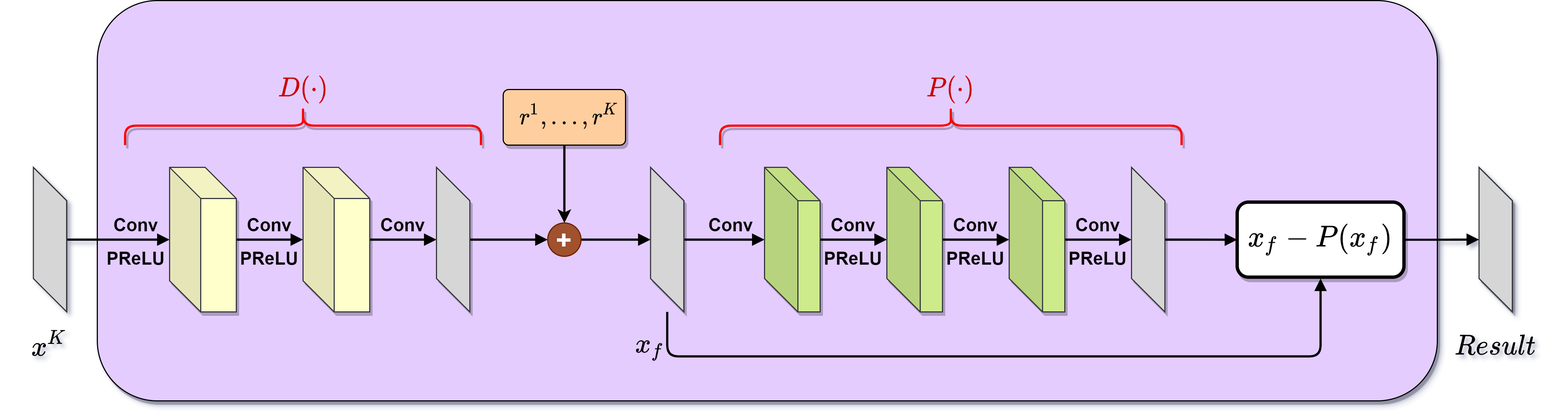
Above: images/RIM.png in junp-hao/PoP-CSNet (draw.io), before the change. Source tidied: cells renumbered, new cells last; positions are measured from the earlier drawing's top-left corner, leaving out a move shared by most shapes.
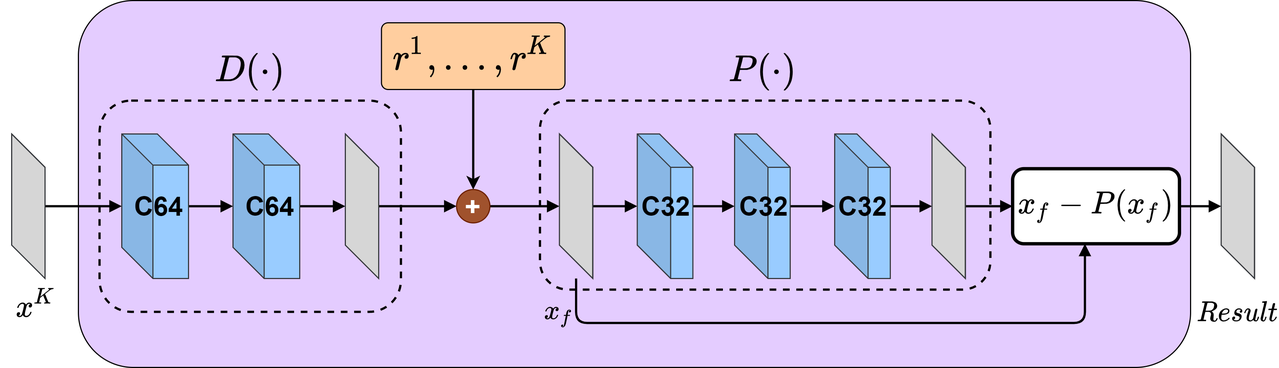
Above is the later version.

What changed in the source:
```diff
@@ -1,2 +1,2 @@
-<mxGraphModel shadow="1" math="1">
+<mxGraphModel math="1">
   <root>
@@ -4,5 +4,8 @@
     <mxCell id="1" parent="0" />
-    <mxCell id="2" style="rounded=1;whiteSpace=wrap;html=1;shadow=1;strokeWidth=1;fontSize=24;fillColor=#E4CCFF;" parent="1" vertex="1">
-      <mxGeometry x="75" width="1205" height="360" as="geometry" />
+    <mxCell id="2" style="rounded=1;whiteSpace=wrap;html=1;shadow=0;strokeWidth=1;fontSize=24;fillColor=#E4CCFF;" parent="1" vertex="1">
+      <mxGeometry x="60" y="30" width="1000" height="330" as="geometry" />
     </mxCell>
+    <mxCell id="4" value="&lt;font style=&quot;font-size: 28px&quot;&gt;$${r^1,...,r^K}$$&lt;/font&gt;" style="rounded=1;arcSize=10;gradientColor=none;strokeWidth=1;shadow=0;fontSize=20;labelBackgroundColor=none;labelBorderColor=none;fontStyle=1;glass=0;fillColor=#FFCE9F;html=1;" parent="1" vertex="1">
+      <mxGeometry x="332.5" y="50" width="165" height="60" as="geometry" />
+    </mxCell>
     <mxCell id="3" style="edgeStyle=orthogonalEdgeStyle;rounded=1;jettySize=auto;html=1;shadow=0;strokeWidth=2;fontSize=20;fontColor=#000000;" parent="1" edge="1" source="4" target="17">
@@ -10,5 +13,2 @@
     </mxCell>
-    <mxCell id="4" style="rounded=1;arcSize=10;gradientColor=none;strokeWidth=1;shadow=1;fontSize=20;labelBackgroundColor=none;labelBorderColor=none;fontStyle=1;glass=0;fillColor=#FFCE9F;" parent="1" vertex="1">
-      <mxGeometry x="440" y="80" width="110" height="50" as="geometry" />
-    </mxCell>
     <mxCell id="5" style="edgeStyle=orthogonalEdgeStyle;rounded=0;jettySize=auto;html=1;shadow=0;strokeWidth=2;fontSize=11;endFill=1;endArrow=block;" parent="1" edge="1" source="6" target="11">
@@ -17,12 +17,12 @@
     <mxCell id="6" style="shape=cube;whiteSpace=wrap;html=1;boundedLbl=1;backgroundOutline=1;darkOpacity=0.05;darkOpacity2=0.1;shadow=0;size=40;labelBackgroundColor=none;labelBorderColor=none;fillColor=#eeeeee;strokeColor=#36393d;" parent="1" vertex="1">
-      <mxGeometry x="17.5" y="150" width="30" height="130" as="geometry" />
+      <mxGeometry y="150" width="30" height="130" as="geometry" />
     </mxCell>
-    <mxCell id="7" value="&lt;font face=&quot;Times New Roman&quot; style=&quot;font-size: 24px&quot;&gt;$$x^K$$&lt;/font&gt;" style="text;html=1;strokeColor=none;fillColor=none;align=center;verticalAlign=middle;whiteSpace=wrap;rounded=0;labelBackgroundColor=none;fontColor=#000000;shadow=0;" parent="1" vertex="1">
-      <mxGeometry y="300" width="65" height="20" as="geometry" />
+    <mxCell id="7" value="&lt;font face=&quot;Times New Roman&quot; style=&quot;font-size: 28px&quot;&gt;$$x^K$$&lt;/font&gt;" style="text;html=1;strokeColor=none;fillColor=none;align=center;verticalAlign=middle;whiteSpace=wrap;rounded=0;labelBackgroundColor=none;fontColor=#000000;shadow=0;" parent="1" vertex="1">
+      <mxGeometry x="-10" y="290" width="65" height="28" as="geometry" />
     </mxCell>
-    <mxCell id="8" style="shape=cube;whiteSpace=wrap;html=1;boundedLbl=1;backgroundOutline=1;darkOpacity=0.05;darkOpacity2=0.1;shadow=1;size=40;labelBackgroundColor=none;labelBorderColor=none;fillColor=#eeeeee;strokeColor=#36393d;" parent="1" vertex="1">
-      <mxGeometry x="1317.5" y="150" width="30" height="130" as="geometry" />
+    <mxCell id="8" style="shape=cube;whiteSpace=wrap;html=1;boundedLbl=1;backgroundOutline=1;darkOpacity=0.05;darkOpacity2=0.1;shadow=0;size=40;labelBackgroundColor=none;labelBorderColor=none;fillColor=#eeeeee;strokeColor=#36393d;" parent="1" vertex="1">
+      <mxGeometry x="1087.5" y="150" width="30" height="130" as="geometry" />
     </mxCell>
     <mxCell id="9" value="&lt;font face=&quot;Times New Roman&quot; style=&quot;font-size: 24px&quot;&gt;$$Result$$&lt;/font&gt;" style="text;html=1;strokeColor=none;fillColor=none;align=center;verticalAlign=middle;whiteSpace=wrap;rounded=0;labelBackgroundColor=none;fontColor=#000000;shadow=0;" parent="1" vertex="1">
-      <mxGeometry x="1300" y="300" width="65" height="20" as="geometry" />
+      <mxGeometry x="1070" y="300" width="65" height="20" as="geometry" />
     </mxCell>
@@ -31,4 +31,4 @@
     </mxCell>
-    <mxCell id="11" style="shape=cube;whiteSpace=wrap;html=1;boundedLbl=1;backgroundOutline=1;darkOpacity=0.05;darkOpacity2=0.1;shadow=1;size=28;strokeColor=#36393d;fillColor=#FFFFCC;" parent="1" vertex="1">
-      <mxGeometry x="140" y="150" width="60" height="130" as="geometry" />
+    <mxCell id="11" style="shape=cube;whiteSpace=wrap;html=1;boundedLbl=1;backgroundOutline=1;darkOpacity=0.05;darkOpacity2=0.1;shadow=0;size=28;strokeColor=#36393d;fillColor=#99CCFF;" parent="1" vertex="1">
+      <mxGeometry x="99" y="150" width="60" height="130" as="geometry" />
     </mxCell>
@@ -37,4 +37,4 @@
     </mxCell>
-    <mxCell id="13" style="shape=cube;whiteSpace=wrap;html=1;boundedLbl=1;backgroundOutline=1;darkOpacity=0.05;darkOpacity2=0.1;shadow=1;size=28;strokeColor=#36393d;fillColor=#FFFFCC;" parent="1" vertex="1">
-      <mxGeometry x="260" y="150" width="60" height="130" as="geometry" />
+    <mxCell id="13" style="shape=cube;whiteSpace=wrap;html=1;boundedLbl=1;backgroundOutline=1;darkOpacity=0.05;darkOpacity2=0.1;shadow=0;size=28;strokeColor=#36393d;fillColor=#99CCFF;" parent="1" vertex="1">
+      <mxGeometry x="199" y="150" width="60" height="130" as="geometry" />
     </mxCell>
@@ -42,7 +42,7 @@
       <mxGeometry relative="1" as="geometry">
-        <mxPoint x="400" y="215" as="sourcePoint" />
+        <mxPoint x="320" y="215" as="sourcePoint" />
       </mxGeometry>
     </mxCell>
-    <mxCell id="15" style="shape=cube;whiteSpace=wrap;html=1;boundedLbl=1;backgroundOutline=1;darkOpacity=0.05;darkOpacity2=0.1;shadow=1;size=40;labelBackgroundColor=none;labelBorderColor=none;fillColor=#eeeeee;strokeColor=#36393d;" parent="1" vertex="1">
-      <mxGeometry x="380" y="150" width="30" height="130" as="geometry" />
+    <mxCell id="15" style="shape=cube;whiteSpace=wrap;html=1;boundedLbl=1;backgroundOutline=1;darkOpacity=0.05;darkOpacity2=0.1;shadow=0;size=40;labelBackgroundColor=none;labelBorderColor=none;fillColor=#eeeeee;strokeColor=#36393d;" parent="1" vertex="1">
+      <mxGeometry x="300" y="150" width="30" height="130" as="geometry" />
     </mxCell>
@@ -52,10 +52,9 @@
     <mxCell id="17" value="&lt;font size=&quot;1&quot;&gt;&lt;b style=&quot;font-size: 24px&quot;&gt;+&lt;/b&gt;&lt;/font&gt;" style="ellipse;whiteSpace=wrap;html=1;align=center;strokeColor=#6D1F00;fillColor=#a0522d;fontColor=#ffffff;shadow=0;" parent="1" vertex="1">
-      <mxGeometry x="480" y="200" width="30" height="30" as="geometry" />
+      <mxGeometry x="400" y="200" width="30" height="30" as="geometry" />
     </mxCell>
-    <mxCell id="18" style="edgeStyle=orthogonalEdgeStyle;rounded=1;jettySize=auto;html=1;shadow=0;strokeWidth=2;endFill=1;endArrow=block;entryX=0.5;entryY=1;entryDx=0;entryDy=0;" parent="1" edge="1" source="20">
+    <mxCell id="18" style="edgeStyle=orthogonalEdgeStyle;rounded=1;jettySize=auto;html=1;shadow=0;strokeWidth=2;endFill=1;endArrow=block;" parent="1" edge="1" source="20" target="48">
       <mxGeometry relative="1" as="geometry">
-        <mxPoint x="1175" y="250" as="targetPoint" />
         <Array as="points">
-          <mxPoint x="588" y="320" />
-          <mxPoint x="1175" y="320" />
+          <mxPoint x="508" y="320" />
+          <mxPoint x="965" y="320" />
         </Array>
@@ -66,4 +65,4 @@
     </mxCell>
-    <mxCell id="20" style="shape=cube;whiteSpace=wrap;html=1;boundedLbl=1;backgroundOutline=1;darkOpacity=0.05;darkOpacity2=0.1;shadow=1;size=40;labelBackgroundColor=none;labelBorderColor=none;fillColor=#eeeeee;strokeColor=#36393d;" parent="1" vertex="1">
-      <mxGeometry x="572.5" y="150" width="30" height="130" as="geometry" />
+    <mxCell id="20" style="shape=cube;whiteSpace=wrap;html=1;boundedLbl=1;backgroundOutline=1;darkOpacity=0.05;darkOpacity2=0.1;shadow=0;size=40;labelBackgroundColor=none;labelBorderColor=none;fillColor=#eeeeee;strokeColor=#36393d;" parent="1" vertex="1">
+      <mxGeometry x="492.5" y="150" width="30" height="130" as="geometry" />
     </mxCell>
@@ -72,4 +71,4 @@
     </mxCell>
-    <mxCell id="22" style="shape=cube;whiteSpace=wrap;html=1;boundedLbl=1;backgroundOutline=1;darkOpacity=0.05;darkOpacity2=0.1;shadow=1;size=30;fillColor=#cdeb8b;strokeColor=#36393d;" parent="1" vertex="1">
-      <mxGeometry x="675" y="150" width="50" height="130" as="geometry" />
+    <mxCell id="22" style="shape=cube;whiteSpace=wrap;html=1;boundedLbl=1;backgroundOutline=1;darkOpacity=0.05;darkOpacity2=0.1;shadow=0;size=30;strokeColor=#36393d;fillColor=#99CCFF;" parent="1" vertex="1">
+      <mxGeometry x="562.5" y="150" width="50" height="130" as="geometry" />
     </mxCell>
@@ -78,4 +77,4 @@
     </mxCell>
-    <mxCell id="24" style="shape=cube;whiteSpace=wrap;html=1;boundedLbl=1;backgroundOutline=1;darkOpacity=0.05;darkOpacity2=0.1;shadow=1;size=30;fillColor=#cdeb8b;strokeColor=#36393d;" parent="1" vertex="1">
-      <mxGeometry x="785" y="150" width="50" height="130" as="geometry" />
+    <mxCell id="24" style="shape=cube;whiteSpace=wrap;html=1;boundedLbl=1;backgroundOutline=1;darkOpacity=0.05;darkOpacity2=0.1;shadow=0;size=30;strokeColor=#36393d;fillColor=#99CCFF;" parent="1" vertex="1">
+      <mxGeometry x="650" y="150" width="50" height="130" as="geometry" />
     </mxCell>
@@ -84,4 +83,4 @@
     </mxCell>
-    <mxCell id="26" style="shape=cube;whiteSpace=wrap;html=1;boundedLbl=1;backgroundOutline=1;darkOpacity=0.05;darkOpacity2=0.1;shadow=1;size=30;fillColor=#cdeb8b;strokeColor=#36393d;" parent="1" vertex="1">
-      <mxGeometry x="895" y="150" width="50" height="130" as="geometry" />
+    <mxCell id="26" style="shape=cube;whiteSpace=wrap;html=1;boundedLbl=1;backgroundOutline=1;darkOpacity=0.05;darkOpacity2=0.1;shadow=0;size=30;strokeColor=#36393d;fillColor=#99CCFF;" parent="1" vertex="1">
+      <mxGeometry x="740" y="150" width="50" height="130" as="geometry" />
     </mxCell>
@@ -90,59 +89,14 @@
     </mxCell>
-    <mxCell id="28" style="shape=cube;whiteSpace=wrap;html=1;boundedLbl=1;backgroundOutline=1;darkOpacity=0.05;darkOpacity2=0.1;shadow=1;size=40;labelBackgroundColor=none;labelBorderColor=none;fillColor=#eeeeee;strokeColor=#36393d;" parent="1" vertex="1">
-      <mxGeometry x="1005" y="150" width="30" height="130" as="geometry" />
+    <mxCell id="28" style="shape=cube;whiteSpace=wrap;html=1;boundedLbl=1;backgroundOutline=1;darkOpacity=0.05;darkOpacity2=0.1;shadow=0;size=40;labelBackgroundColor=none;labelBorderColor=none;fillColor=#eeeeee;strokeColor=#36393d;" parent="1" vertex="1">
+      <mxGeometry x="827.5" y="150" width="30" height="130" as="geometry" />
     </mxCell>
-    <mxCell id="29" value="&lt;font style=&quot;font-size: 20px&quot;&gt;&lt;br&gt;&lt;br&gt;&lt;span style=&quot;font-family: &amp;#34;times new roman&amp;#34; ; font-style: normal ; font-weight: 400 ; letter-spacing: normal ; text-align: center ; text-indent: 0px ; text-transform: none ; word-spacing: 0px ; background-color: rgb(248 , 249 , 250) ; display: inline ; float: none&quot;&gt;$$r^1,...,r^K$$&lt;/span&gt;&lt;/font&gt;" style="text;html=1;align=center;verticalAlign=middle;whiteSpace=wrap;rounded=0;shadow=0;glass=0;labelBackgroundColor=none;fontSize=20;fontColor=#000000;" parent="1" vertex="1">
-      <mxGeometry x="480" y="70" width="40" height="20" as="geometry" />
-    </mxCell>
-    <mxCell id="30" value="&lt;font style=&quot;font-size: 16px&quot;&gt;&lt;b&gt;Conv&lt;/b&gt;&lt;/font&gt;" style="text;html=1;align=center;verticalAlign=middle;whiteSpace=wrap;rounded=0;shadow=1;glass=0;labelBackgroundColor=none;fontSize=20;" parent="1" vertex="1">
-      <mxGeometry x="90" y="190" width="40" height="20" as="geometry" />
-    </mxCell>
-    <mxCell id="31" value="&lt;font style=&quot;font-size: 16px&quot;&gt;&lt;b&gt;PReLU&lt;/b&gt;&lt;/font&gt;" style="text;html=1;strokeColor=none;fillColor=none;align=center;verticalAlign=middle;whiteSpace=wrap;rounded=0;shadow=1;glass=0;labelBackgroundColor=none;fontSize=20;fontColor=#000000;" parent="1" vertex="1">
-      <mxGeometry x="90" y="220" width="40" height="20" as="geometry" />
-    </mxCell>
-    <mxCell id="32" value="&lt;font style=&quot;font-size: 16px&quot;&gt;&lt;b&gt;Conv&lt;/b&gt;&lt;/font&gt;" style="text;html=1;strokeColor=none;fillColor=none;align=center;verticalAlign=middle;whiteSpace=wrap;rounded=0;shadow=1;glass=0;labelBackgroundColor=none;fontSize=20;fontColor=#000000;" parent="1" vertex="1">
-      <mxGeometry x="210" y="190" width="40" height="20" as="geometry" />
-    </mxCell>
-    <mxCell id="33" value="&lt;font style=&quot;font-size: 16px&quot;&gt;&lt;b&gt;PReLU&lt;/b&gt;&lt;/font&gt;" style="text;html=1;strokeColor=none;fillColor=none;align=center;verticalAlign=middle;whiteSpace=wrap;rounded=0;shadow=1;glass=0;labelBackgroundColor=none;fontSize=20;fontColor=#000000;" parent="1" vertex="1">
-      <mxGeometry x="210" y="220" width="40" height="20" as="geometry" />
-    </mxCell>
-    <mxCell id="34" value="&lt;font style=&quot;font-size: 16px&quot;&gt;&lt;b&gt;Conv&lt;/b&gt;&lt;/font&gt;" style="text;html=1;strokeColor=none;fillColor=none;align=center;verticalAlign=middle;whiteSpace=wrap;rounded=0;shadow=1;glass=0;labelBackgroundColor=none;fontSize=20;fontColor=#000000;" parent="1" vertex="1">
-      <mxGeometry x="330" y="190" width="40" height="20" as="geometry" />
-    </mxCell>
-    <mxCell id="35" value="&lt;font style=&quot;font-size: 16px&quot;&gt;&lt;b&gt;Conv&lt;/b&gt;&lt;/font&gt;" style="text;html=1;strokeColor=none;fillColor=none;align=center;verticalAlign=middle;whiteSpace=wrap;rounded=0;shadow=1;glass=0;labelBackgroundColor=none;fontSize=20;fontColor=#000000;" parent="1" vertex="1">
-      <mxGeometry x="625" y="190" width="40" height="20" as="geometry" />
-    </mxCell>
-    <mxCell id="36" value="&lt;font style=&quot;font-size: 16px&quot;&gt;&lt;b&gt;Conv&lt;/b&gt;&lt;/font&gt;" style="text;html=1;strokeColor=none;fillColor=none;align=center;verticalAlign=middle;whiteSpace=wrap;rounded=0;shadow=1;glass=0;labelBackgroundColor=none;fontSize=20;fontColor=#000000;" parent="1" vertex="1">
-      <mxGeometry x="735" y="190" width="40" height="20" as="geometry" />
-    </mxCell>
-    <mxCell id="37" value="&lt;font style=&quot;font-size: 16px&quot;&gt;&lt;b&gt;Conv&lt;/b&gt;&lt;/font&gt;" style="text;html=1;strokeColor=none;fillColor=none;align=center;verticalAlign=middle;whiteSpace=wrap;rounded=0;shadow=1;glass=0;labelBackgroundColor=none;fontSize=20;fontColor=#000000;" parent="1" vertex="1">
-      <mxGeometry x="845" y="190" width="40" height="20" as="geometry" />
-    </mxCell>
-    <mxCell id="38" value="&lt;font style=&quot;font-size: 16px&quot;&gt;&lt;b&gt;Conv&lt;/b&gt;&lt;/font&gt;" style="text;html=1;strokeColor=none;fillColor=none;align=center;verticalAlign=middle;whiteSpace=wrap;rounded=0;shadow=1;glass=0;labelBackgroundColor=none;fontSize=20;fontColor=#000000;" parent="1" vertex="1">
-      <mxGeometry x="955" y="190" width="40" height="20" as="geometry" />
-    </mxCell>
-    <mxCell id="39" value="&lt;font style=&quot;font-size: 16px&quot;&gt;&lt;b&gt;PReLU&lt;/b&gt;&lt;/font&gt;" style="text;html=1;strokeColor=none;fillColor=none;align=center;verticalAlign=middle;whiteSpace=wrap;rounded=0;shadow=1;glass=0;labelBackgroundColor=none;fontSize=20;fontColor=#000000;" parent="1" vertex="1">
-      <mxGeometry x="845" y="220" width="40" height="20" as="geometry" />
-    </mxCell>
-    <mxCell id="40" value="&lt;font style=&quot;font-size: 16px&quot;&gt;&lt;b&gt;PReLU&lt;/b&gt;&lt;/font&gt;" style="text;html=1;strokeColor=none;fillColor=none;align=center;verticalAlign=middle;whiteSpace=wrap;rounded=0;shadow=1;glass=0;labelBackgroundColor=none;fontSize=20;fontColor=#000000;" parent="1" vertex="1">
-      <mxGeometry x="735" y="220" width="40" height="20" as="geometry" />
-    </mxCell>
-    <mxCell id="41" value="&lt;font style=&quot;font-size: 16px&quot;&gt;&lt;b&gt;PReLU&lt;/b&gt;&lt;/font&gt;" style="text;html=1;strokeColor=none;fillColor=none;align=center;verticalAlign=middle;whiteSpace=wrap;rounded=0;shadow=1;glass=0;labelBackgroundColor=none;fontSize=20;fontColor=#000000;" parent="1" vertex="1">
-      <mxGeometry x="955" y="220" width="40" height="20" as="geometry" />
-    </mxCell>
-    <mxCell id="42" value="&lt;font color=&quot;#cc0000&quot;&gt;$$P(·)$$&lt;/font&gt;" style="text;html=1;strokeColor=none;fillColor=none;align=center;verticalAlign=middle;whiteSpace=wrap;rounded=0;shadow=1;glass=0;labelBackgroundColor=none;fontSize=20;fontColor=#000000;direction=west;" parent="1" vertex="1">
-      <mxGeometry x="786.2" y="70" width="112.5" height="20" as="geometry" />
+    <mxCell id="42" value="&lt;font style=&quot;font-size: 28px&quot;&gt;$$P(·)$$&lt;/font&gt;" style="text;html=1;strokeColor=none;fillColor=none;align=center;verticalAlign=middle;whiteSpace=wrap;rounded=0;shadow=0;glass=0;labelBackgroundColor=none;fontSize=20;fontColor=#000000;direction=west;" parent="1" vertex="1">
+      <mxGeometry x="619.2" y="84" width="112.5" height="20" as="geometry" />
     </mxCell>
     <mxCell id="43" value="&lt;font face=&quot;Times New Roman&quot; style=&quot;font-size: 24px&quot;&gt;$$x_f$$&lt;/font&gt;" style="text;html=1;strokeColor=none;fillColor=none;align=center;verticalAlign=middle;whiteSpace=wrap;rounded=0;labelBackgroundColor=none;fontColor=#000000;shadow=0;" parent="1" vertex="1">
-      <mxGeometry x="560" y="300" width="25" height="20" as="geometry" />
+      <mxGeometry x="480" y="300" width="25" height="20" as="geometry" />
     </mxCell>
-    <mxCell id="44" style="shape=curlyBracket;whiteSpace=wrap;html=1;rounded=1;strokeColor=#FF0000;strokeWidth=2;fillColor=#FF0000;size=0.5;direction=south;fontStyle=1;shadow=1;" parent="1" vertex="1">
-      <mxGeometry x="100" y="95" width="320" height="35" as="geometry" />
-    </mxCell>
-    <mxCell id="45" value="&lt;font color=&quot;#cc0000&quot;&gt;$$D(·)$$&lt;/font&gt;" style="text;html=1;strokeColor=none;fillColor=none;align=center;verticalAlign=middle;whiteSpace=wrap;rounded=0;shadow=1;glass=0;labelBackgroundColor=none;fontSize=20;fontColor=#000000;direction=west;" parent="1" vertex="1">
-      <mxGeometry x="203.8" y="70" width="112.5" height="20" as="geometry" />
+    <mxCell id="45" value="&lt;font style=&quot;font-size: 28px&quot;&gt;$$D(·)$$&lt;/font&gt;" style="text;html=1;strokeColor=none;fillColor=none;align=center;verticalAlign=middle;whiteSpace=wrap;rounded=0;shadow=0;glass=0;labelBackgroundColor=none;fontSize=20;fontColor=#000000;direction=west;" parent="1" vertex="1">
+      <mxGeometry x="158.2" y="84" width="112.5" height="20" as="geometry" />
     </mxCell>
-    <mxCell id="46" style="shape=curlyBracket;whiteSpace=wrap;html=1;rounded=1;strokeColor=#FF0000;strokeWidth=2;fillColor=#FF0000;size=0.5;direction=south;fontStyle=1;shadow=1;" parent="1" vertex="1">
-      <mxGeometry x="635" y="95" width="415" height="35" as="geometry" />
-    </mxCell>
     <mxCell id="47" style="edgeStyle=orthogonalEdgeStyle;rounded=1;jettySize=auto;html=1;shadow=0;strokeWidth=2;endFill=1;endArrow=block;" parent="1" edge="1" source="48" target="8">
@@ -150,5 +104,26 @@
     </mxCell>
-    <mxCell id="48" value="&lt;font style=&quot;font-size: 22px&quot;&gt;$$x_f-P(x_f)$$&lt;/font&gt;" style="rounded=1;whiteSpace=wrap;html=1;shadow=1;strokeColor=#000000;strokeWidth=3;gradientColor=none;" parent="1" vertex="1">
-      <mxGeometry x="1100" y="181.2" width="150" height="67.5" as="geometry" />
+    <mxCell id="48" value="&lt;font style=&quot;font-size: 24px&quot;&gt;$$x_f-P(x_f)$$&lt;/font&gt;" style="rounded=1;whiteSpace=wrap;html=1;shadow=0;strokeColor=#000000;strokeWidth=3;gradientColor=none;" parent="1" vertex="1">
+      <mxGeometry x="900" y="181.2" width="150" height="67.5" as="geometry" />
     </mxCell>
+    <mxCell id="49" style="rounded=1;whiteSpace=wrap;html=1;shadow=0;dashed=1;labelBackgroundColor=none;strokeColor=#000000;strokeWidth=2;fontFamily=Times New Roman;fontSize=24;fillColor=none;" parent="1" vertex="1">
+      <mxGeometry x="79" y="120" width="271" height="190" as="geometry" />
+    </mxCell>
+    <mxCell id="50" style="rounded=1;whiteSpace=wrap;html=1;shadow=0;dashed=1;labelBackgroundColor=none;strokeColor=#000000;strokeWidth=2;fontFamily=Times New Roman;fontSize=24;fillColor=none;" parent="1" vertex="1">
+      <mxGeometry x="475" y="120" width="405" height="170" as="geometry" />
+    </mxCell>
+    <mxCell id="51" value="&lt;font style=&quot;font-size: 24px&quot;&gt;C64&lt;/font&gt;" style="text;strokeColor=none;fillColor=none;html=1;fontSize=24;fontStyle=1;verticalAlign=middle;align=center;shadow=0;" parent="1" vertex="1">
+      <mxGeometry x="117" y="205" width="30" height="20" as="geometry" />
+    </mxCell>
+    <mxCell id="52" value="&lt;font style=&quot;font-size: 24px&quot;&gt;C64&lt;/font&gt;" style="text;strokeColor=none;fillColor=none;html=1;fontSize=24;fontStyle=1;verticalAlign=middle;align=center;shadow=0;" parent="1" vertex="1">
+      <mxGeometry x="217" y="205" width="30" height="20" as="geometry" />
+    </mxCell>
+    <mxCell id="53" value="&lt;font style=&quot;font-size: 24px&quot;&gt;C32&lt;/font&gt;" style="text;strokeColor=none;fillColor=none;html=1;fontSize=24;fontStyle=1;verticalAlign=middle;align=center;shadow=0;" parent="1" vertex="1">
+      <mxGeometry x="572.5" y="205" width="30" height="20" as="geometry" />
+    </mxCell>
+    <mxCell id="54" value="&lt;font style=&quot;font-size: 24px&quot;&gt;C32&lt;/font&gt;" style="text;strokeColor=none;fillColor=none;html=1;fontSize=24;fontStyle=1;verticalAlign=middle;align=center;shadow=0;" parent="1" vertex="1">
+      <mxGeometry x="660.5" y="205" width="30" height="20" as="geometry" />
+    </mxCell>
+    <mxCell id="55" value="&lt;font style=&quot;font-size: 24px&quot;&gt;C32&lt;/font&gt;" style="text;strokeColor=none;fillColor=none;html=1;fontSize=24;fontStyle=1;verticalAlign=middle;align=center;shadow=0;" parent="1" vertex="1">
+      <mxGeometry x="750" y="205" width="30" height="20" as="geometry" />
+    </mxCell>
   </root>
```
